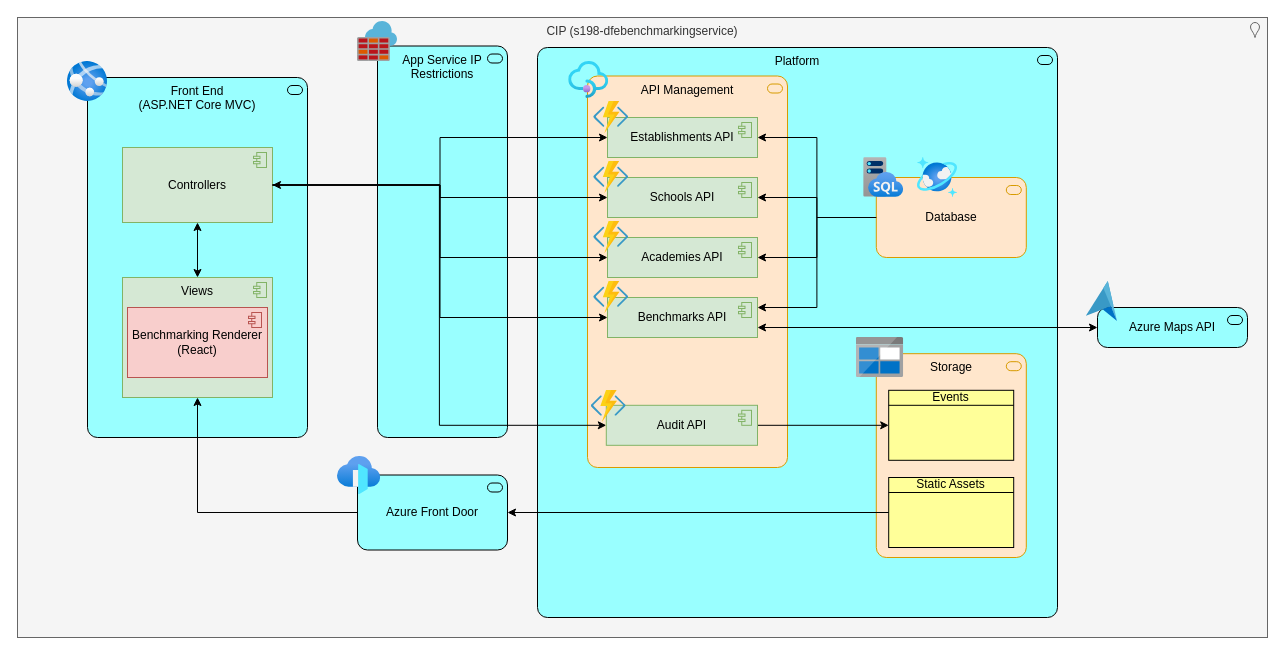
DFE-Digital/education-benchmarking-and-insights keeps this draw.io diagram as page "Application Architecture - MVP" (9 of 25) of documentation/architecture/Example-Diagrams.drawio. Above is the earlier version. Source tidied: cells renumbered, new cells numbered last; positions are measured from the earlier drawing's top-left corner, leaving out a move shared by most shapes. Both pictures are drawn from the tidied source at 100%, with x=0, y=0 at pixel (17, 17).
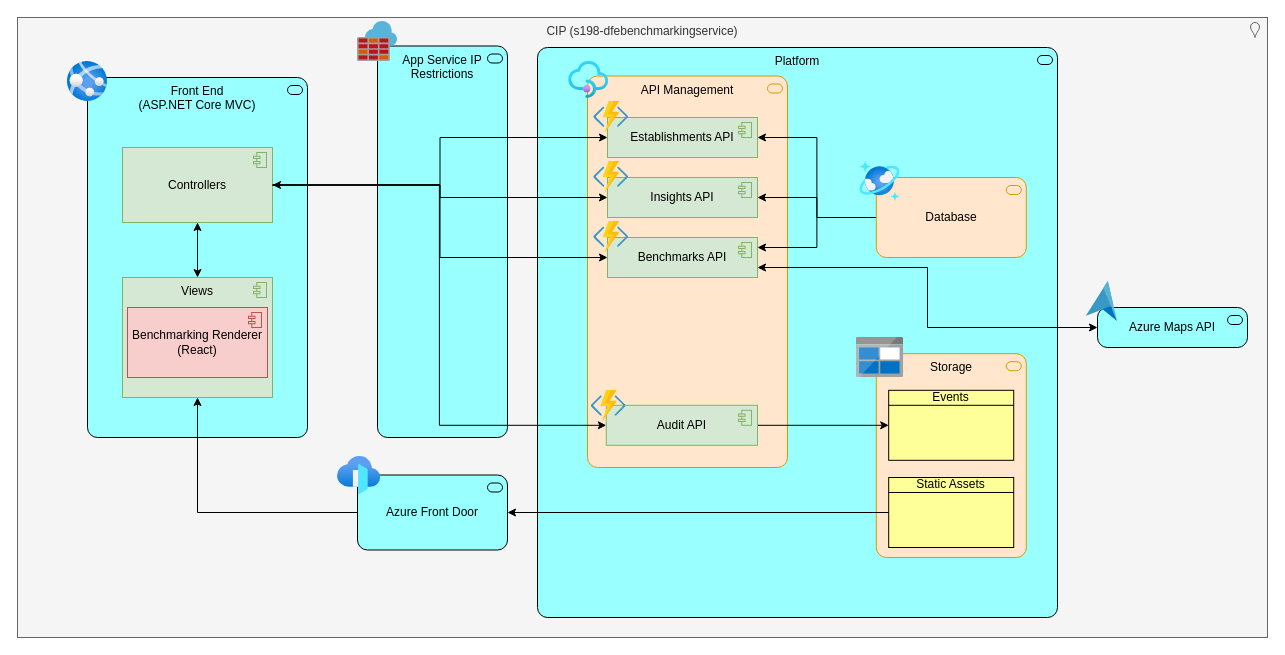
The same diagram, later.

Unchanged cells that the change refers to:
```xml
<mxCell id="9" value="Controllers" style="html=1;outlineConnect=0;whiteSpace=wrap;fillColor=#d5e8d4;shape=mxgraph.archimate3.application;appType=comp;archiType=square;strokeColor=#82b366;" parent="1" vertex="1">
  <mxGeometry x="105" y="130" width="150" height="75" as="geometry" />
</mxCell>
<mxCell id="26" value="Database" style="html=1;outlineConnect=0;whiteSpace=wrap;fillColor=#FFE6CC;shape=mxgraph.archimate3.application;appType=serv;archiType=rounded;strokeColor=#d79b00;" parent="1" vertex="1">
  <mxGeometry x="858.8" y="160" width="150" height="80" as="geometry" />
</mxCell>
<mxCell id="43" value="Azure Maps API" style="html=1;outlineConnect=0;whiteSpace=wrap;fillColor=#99ffff;shape=mxgraph.archimate3.application;appType=serv;archiType=rounded;" parent="1" vertex="1">
  <mxGeometry x="1080" y="290" width="150" height="40" as="geometry" />
</mxCell>
```

Change to the diagram source:
```diff
@@
-    <mxCell id="22" value="Schools API" style="html=1;outlineConnect=0;whiteSpace=wrap;fillColor=#d5e8d4;shape=mxgraph.archimate3.application;appType=comp;archiType=square;strokeColor=#82b366;" parent="1" vertex="1">
+    <mxCell id="22" value="Insights API" style="html=1;outlineConnect=0;whiteSpace=wrap;fillColor=#d5e8d4;shape=mxgraph.archimate3.application;appType=comp;archiType=square;strokeColor=#82b366;" parent="1" vertex="1">
       <mxGeometry x="590" y="160" width="150" height="40" as="geometry" />
     </mxCell>
-    <mxCell id="23" style="edgeStyle=orthogonalEdgeStyle;rounded=0;jettySize=auto;html=1;exitX=1;exitY=0.5;exitDx=0;exitDy=0;exitPerimeter=0;entryX=0;entryY=0.5;entryDx=0;entryDy=0;entryPerimeter=0;startArrow=classic;startFill=1;endArrow=none;endFill=0;" parent="1" edge="1" source="24" target="26">
+    <mxCell id="23" style="edgeStyle=orthogonalEdgeStyle;rounded=0;jettySize=auto;html=1;exitX=1;exitY=0.25;exitDx=0;exitDy=0;exitPerimeter=0;entryX=0;entryY=0.5;entryDx=0;entryDy=0;entryPerimeter=0;startArrow=classic;startFill=1;endArrow=none;endFill=0;" parent="1" edge="1" source="24" target="26">
       <mxGeometry relative="1" as="geometry" />
     </mxCell>
-    <mxCell id="24" value="Academies API" style="html=1;outlineConnect=0;whiteSpace=wrap;fillColor=#d5e8d4;shape=mxgraph.archimate3.application;appType=comp;archiType=square;strokeColor=#82b366;" parent="1" vertex="1">
+    <mxCell id="24" value="Benchmarks API" style="html=1;outlineConnect=0;whiteSpace=wrap;fillColor=#d5e8d4;shape=mxgraph.archimate3.application;appType=comp;archiType=square;strokeColor=#82b366;" parent="1" vertex="1">
       <mxGeometry x="590" y="220" width="150" height="40" as="geometry" />
     </mxCell>
@@
-    <mxCell id="34" style="image;html=1;align=center;fontSize=12;image=img/lib/azure2/databases/SQL_Managed_Instance.svg;" parent="1" vertex="1">
-      <mxGeometry x="846.2" y="140" width="40" height="40" as="geometry" />
-    </mxCell>
@@
-    <mxCell id="38" value="Benchmarks API" style="html=1;outlineConnect=0;whiteSpace=wrap;fillColor=#d5e8d4;shape=mxgraph.archimate3.application;appType=comp;archiType=square;strokeColor=#82b366;" parent="1" vertex="1">
-      <mxGeometry x="590" y="280" width="150" height="40" as="geometry" />
-    </mxCell>
-    <mxCell id="39" style="html=1;align=center;image;fontSize=12;image=img/lib/mscae/Functions.svg;" parent="1" vertex="1">
-      <mxGeometry x="576.2" y="264" width="35" height="32.2" as="geometry" />
-    </mxCell>
@@
-    <mxCell id="41" style="edgeStyle=orthogonalEdgeStyle;rounded=0;jettySize=auto;html=1;exitX=1;exitY=0.5;exitDx=0;exitDy=0;exitPerimeter=0;entryX=0;entryY=0.5;entryDx=0;entryDy=0;entryPerimeter=0;" parent="1" edge="1" source="9" target="38">
-      <mxGeometry relative="1" as="geometry" />
-    </mxCell>
-    <mxCell id="42" style="edgeStyle=orthogonalEdgeStyle;rounded=0;jettySize=auto;html=1;exitX=1;exitY=0.25;exitDx=0;exitDy=0;exitPerimeter=0;entryX=0;entryY=0.5;entryDx=0;entryDy=0;entryPerimeter=0;startArrow=classic;startFill=1;endArrow=none;endFill=0;" parent="1" edge="1" source="38" target="26">
-      <mxGeometry relative="1" as="geometry" />
-    </mxCell>
@@
-    <mxCell id="46" style="edgeStyle=orthogonalEdgeStyle;rounded=0;jettySize=auto;html=1;entryX=0;entryY=0.5;entryDx=0;entryDy=0;entryPerimeter=0;startArrow=classic;startFill=1;endArrow=classic;endFill=1;exitX=1;exitY=0.75;exitDx=0;exitDy=0;exitPerimeter=0;" parent="1" edge="1" source="38" target="43">
+    <mxCell id="46" style="edgeStyle=orthogonalEdgeStyle;rounded=0;jettySize=auto;html=1;entryX=0;entryY=0.5;entryDx=0;entryDy=0;entryPerimeter=0;startArrow=classic;startFill=1;endArrow=classic;endFill=1;exitX=1;exitY=0.75;exitDx=0;exitDy=0;exitPerimeter=0;" parent="1" edge="1" source="24" target="43">
       <mxGeometry relative="1" as="geometry" />
     </mxCell>
     <mxCell id="47" style="image;html=1;align=center;fontSize=12;image=img/lib/azure2/databases/Azure_Cosmos_DB.svg;" parent="1" vertex="1">
-      <mxGeometry x="900" y="140" width="40" height="40" as="geometry" />
+      <mxGeometry x="842.4" y="143.9" width="40" height="40" as="geometry" />
     </mxCell>
```
